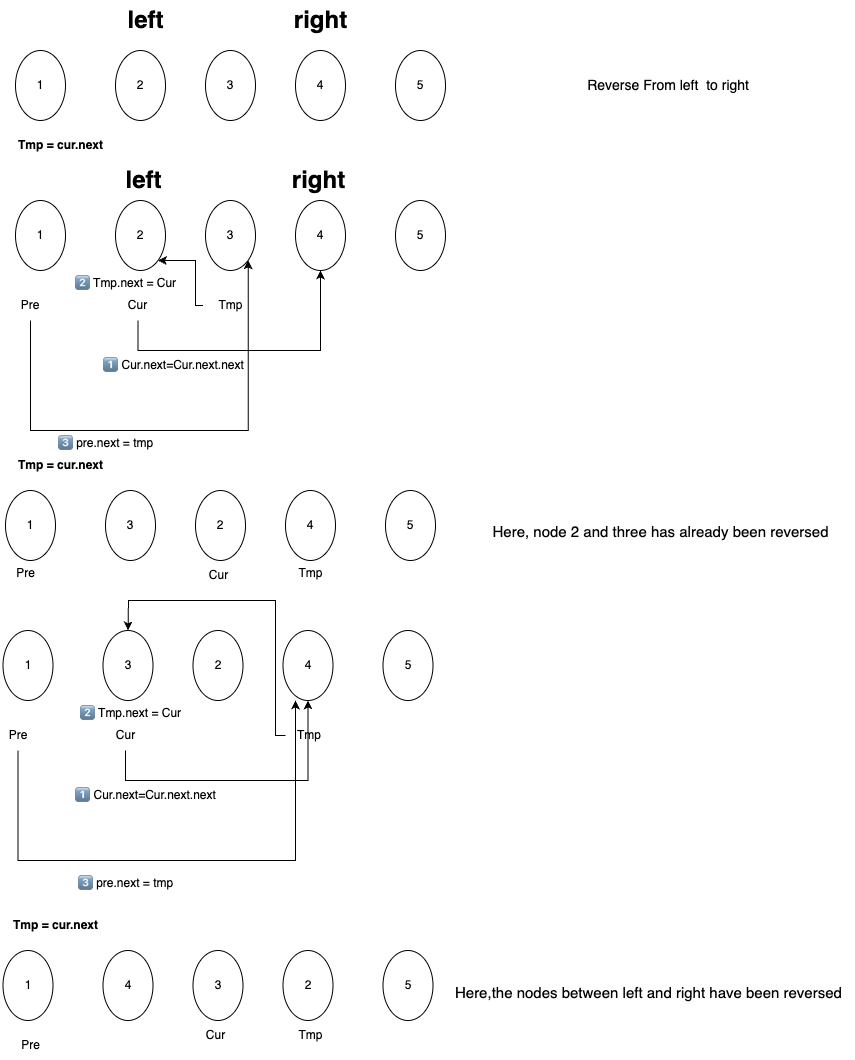
Before: Linkedlist/反转链表.drawio.png, a diagram exported from draw.io (Carolzhangzz/LeetCode_Data-Structure_and_Algorithm). Source tidied: cells renumbered, new cells last; positions are measured from the earlier drawing's top-left corner, leaving out a move shared by most shapes.
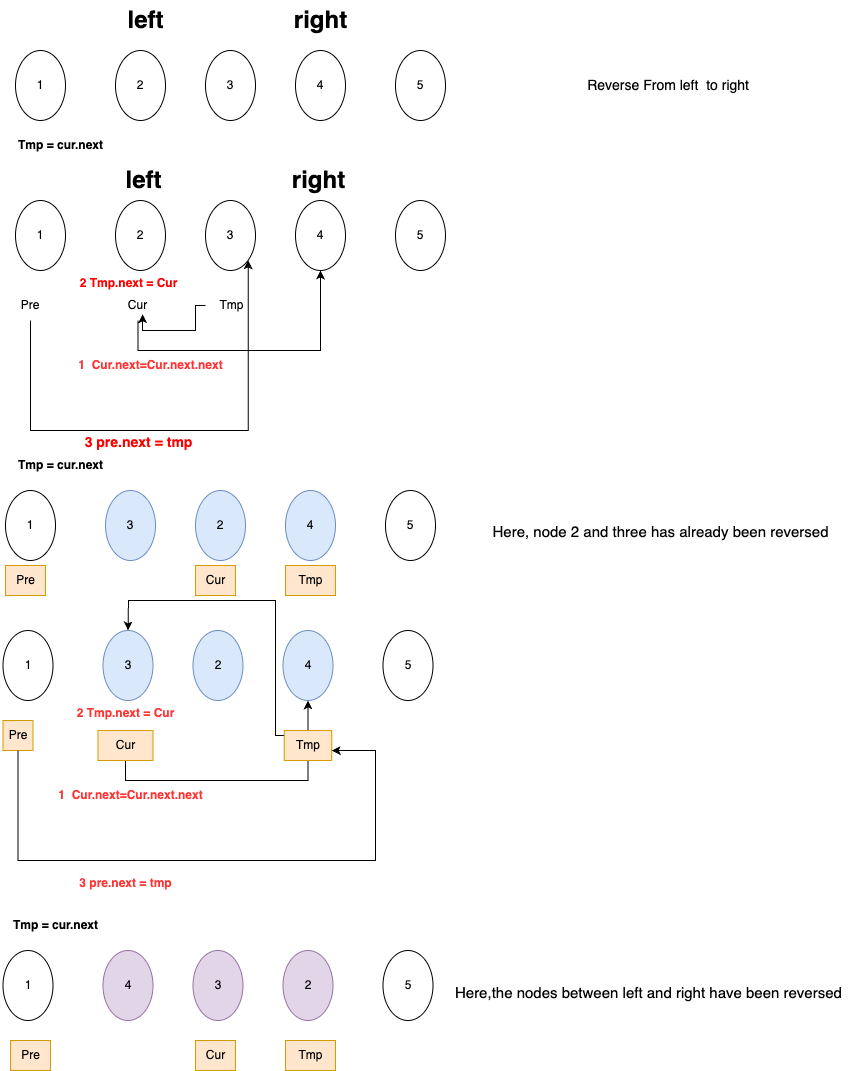
The same file after the commit.

Diff of the diagram source:
```diff
@@ -64,7 +64,7 @@
       <mxGeometry x="15" y="290" width="30" height="30" as="geometry" />
     </mxCell>
     <mxCell id="19" value="Tmp" style="text;html=1;align=center;verticalAlign=middle;whiteSpace=wrap;rounded=0;" parent="1" vertex="1">
-      <mxGeometry x="202.5" y="290" width="55" height="30" as="geometry" />
+      <mxGeometry x="205" y="290" width="52.5" height="30" as="geometry" />
     </mxCell>
     <mxCell id="20" value="left" style="text;strokeColor=none;fillColor=none;html=1;fontSize=24;fontStyle=1;verticalAlign=middle;align=center;" parent="1" vertex="1">
       <mxGeometry x="92.5" y="160" width="100" height="40" as="geometry" />
@@ -72,46 +72,47 @@
     <mxCell id="21" value="right" style="text;strokeColor=none;fillColor=none;html=1;fontSize=24;fontStyle=1;verticalAlign=middle;align=center;" parent="1" vertex="1">
       <mxGeometry x="267.5" y="160" width="100" height="40" as="geometry" />
     </mxCell>
-    <mxCell id="22" value="1️⃣ Cur.next=Cur.next.next" style="text;html=1;align=center;verticalAlign=middle;strokeColor=none;fillColor=none;" parent="1" vertex="1">
-      <mxGeometry x="92.5" y="350" width="160" height="30" as="geometry" />
+    <mxCell id="22" value="&lt;b&gt;&lt;font color=&quot;#ff3333&quot;&gt;1&amp;nbsp; Cur.next=Cur.next.next&lt;/font&gt;&lt;/b&gt;" style="text;html=1;align=center;verticalAlign=middle;strokeColor=none;fillColor=none;" parent="1" vertex="1">
+      <mxGeometry x="65" y="350" width="170" height="30" as="geometry" />
     </mxCell>
-    <mxCell id="23" style="edgeStyle=orthogonalEdgeStyle;rounded=0;jettySize=auto;html=1;" parent="1" edge="1" source="19" target="11">
+    <mxCell id="23" style="edgeStyle=orthogonalEdgeStyle;rounded=0;jettySize=auto;html=1;entryX=0.622;entryY=1.092;entryDx=0;entryDy=0;entryPerimeter=0;" parent="1" edge="1" source="19" target="24">
       <mxGeometry relative="1" as="geometry">
         <Array as="points">
           <mxPoint x="195" y="305" />
-          <mxPoint x="195" y="260" />
+          <mxPoint x="195" y="330" />
+          <mxPoint x="142" y="330" />
         </Array>
       </mxGeometry>
     </mxCell>
-    <mxCell id="24" value="2️⃣ Tmp.next = Cur&lt;div&gt;&lt;br&gt;&lt;/div&gt;" style="text;html=1;align=center;verticalAlign=middle;points=[];strokeColor=none;fillColor=none;" parent="1" vertex="1">
-      <mxGeometry x="65" y="270" width="120" height="40" as="geometry" />
+    <mxCell id="24" value="&lt;b&gt;&lt;font color=&quot;#ff0000&quot;&gt;2 Tmp.next = Cur&lt;/font&gt;&lt;/b&gt;&lt;div&gt;&lt;br&gt;&lt;/div&gt;" style="text;html=1;align=center;verticalAlign=middle;points=[];strokeColor=none;fillColor=none;" parent="1" vertex="1">
+      <mxGeometry x="67.5" y="270" width="120" height="40" as="geometry" />
     </mxCell>
-    <mxCell id="25" value="3️⃣ pre.next = tmp&lt;div&gt;&lt;br&gt;&lt;/div&gt;" style="text;html=1;align=center;verticalAlign=middle;strokeColor=none;fillColor=none;" parent="1" vertex="1">
-      <mxGeometry x="45" y="430" width="120" height="40" as="geometry" />
+    <mxCell id="25" value="&lt;b style=&quot;font-size: 14px;&quot;&gt;&lt;font style=&quot;font-size: 14px;&quot; color=&quot;#ff0000&quot;&gt;3 pre.next = tmp&lt;/font&gt;&lt;/b&gt;&lt;div style=&quot;font-size: 14px;&quot;&gt;&lt;br&gt;&lt;/div&gt;" style="text;html=1;align=center;verticalAlign=middle;strokeColor=none;fillColor=none;" parent="1" vertex="1">
+      <mxGeometry x="72.5" y="425" width="130" height="50" as="geometry" />
     </mxCell>
     <mxCell id="26" value="1" style="ellipse;whiteSpace=wrap;html=1;" parent="1" vertex="1">
       <mxGeometry x="5" y="490" width="50" height="70" as="geometry" />
     </mxCell>
-    <mxCell id="27" value="3" style="ellipse;whiteSpace=wrap;html=1;" parent="1" vertex="1">
+    <mxCell id="27" value="3" style="ellipse;whiteSpace=wrap;html=1;fillColor=#dae8fc;strokeColor=#6c8ebf;" parent="1" vertex="1">
       <mxGeometry x="105" y="490" width="50" height="70" as="geometry" />
     </mxCell>
-    <mxCell id="28" value="2" style="ellipse;whiteSpace=wrap;html=1;" parent="1" vertex="1">
+    <mxCell id="28" value="2" style="ellipse;whiteSpace=wrap;html=1;fillColor=#dae8fc;strokeColor=#6c8ebf;" parent="1" vertex="1">
       <mxGeometry x="195" y="490" width="50" height="70" as="geometry" />
     </mxCell>
-    <mxCell id="29" value="4" style="ellipse;whiteSpace=wrap;html=1;" parent="1" vertex="1">
+    <mxCell id="29" value="4" style="ellipse;whiteSpace=wrap;html=1;fillColor=#dae8fc;strokeColor=#6c8ebf;" parent="1" vertex="1">
       <mxGeometry x="285" y="490" width="50" height="70" as="geometry" />
     </mxCell>
     <mxCell id="30" value="5" style="ellipse;whiteSpace=wrap;html=1;" parent="1" vertex="1">
       <mxGeometry x="385" y="490" width="50" height="70" as="geometry" />
     </mxCell>
-    <mxCell id="31" value="Pre" style="text;html=1;align=center;verticalAlign=middle;strokeColor=none;fillColor=none;" parent="1" vertex="1">
-      <mxGeometry x="5" y="558" width="40" height="30" as="geometry" />
+    <mxCell id="31" value="Pre" style="text;html=1;align=center;verticalAlign=middle;strokeColor=#d79b00;fillColor=#ffe6cc;" parent="1" vertex="1">
+      <mxGeometry x="5" y="565" width="40" height="30" as="geometry" />
     </mxCell>
-    <mxCell id="32" value="Tmp" style="text;html=1;align=center;verticalAlign=middle;strokeColor=none;fillColor=none;" parent="1" vertex="1">
-      <mxGeometry x="285" y="558" width="50" height="30" as="geometry" />
+    <mxCell id="32" value="Tmp" style="text;html=1;align=center;verticalAlign=middle;strokeColor=#d79b00;fillColor=#ffe6cc;" parent="1" vertex="1">
+      <mxGeometry x="285" y="565" width="50" height="30" as="geometry" />
     </mxCell>
-    <mxCell id="33" value="Cur" style="text;html=1;align=center;verticalAlign=middle;strokeColor=none;fillColor=none;" parent="1" vertex="1">
-      <mxGeometry x="197.5" y="560" width="40" height="30" as="geometry" />
+    <mxCell id="33" value="Cur" style="text;html=1;align=center;verticalAlign=middle;strokeColor=#d79b00;fillColor=#ffe6cc;" parent="1" vertex="1">
+      <mxGeometry x="195" y="565" width="40" height="30" as="geometry" />
     </mxCell>
     <mxCell id="34" value="&lt;b&gt;Tmp = cur.next&lt;/b&gt;" style="text;html=1;align=center;verticalAlign=middle;strokeColor=none;fillColor=none;" parent="1" vertex="1">
       <mxGeometry x="5" y="130" width="110" height="30" as="geometry" />
@@ -125,13 +126,13 @@
     <mxCell id="37" value="1" style="ellipse;whiteSpace=wrap;html=1;" parent="1" vertex="1">
       <mxGeometry x="2.5" y="630" width="50" height="70" as="geometry" />
     </mxCell>
-    <mxCell id="38" value="3" style="ellipse;whiteSpace=wrap;html=1;" parent="1" vertex="1">
+    <mxCell id="38" value="3" style="ellipse;whiteSpace=wrap;html=1;fillColor=#dae8fc;strokeColor=#6c8ebf;" parent="1" vertex="1">
       <mxGeometry x="102.5" y="630" width="50" height="70" as="geometry" />
     </mxCell>
-    <mxCell id="39" value="2" style="ellipse;whiteSpace=wrap;html=1;" parent="1" vertex="1">
+    <mxCell id="39" value="2" style="ellipse;whiteSpace=wrap;html=1;fillColor=#dae8fc;strokeColor=#6c8ebf;" parent="1" vertex="1">
       <mxGeometry x="192.5" y="630" width="50" height="70" as="geometry" />
     </mxCell>
-    <mxCell id="40" value="4" style="ellipse;whiteSpace=wrap;html=1;" parent="1" vertex="1">
+    <mxCell id="40" value="4" style="ellipse;whiteSpace=wrap;html=1;fillColor=#dae8fc;strokeColor=#6c8ebf;" parent="1" vertex="1">
       <mxGeometry x="282.5" y="630" width="50" height="70" as="geometry" />
     </mxCell>
     <mxCell id="41" value="5" style="ellipse;whiteSpace=wrap;html=1;" parent="1" vertex="1">
@@ -145,10 +146,10 @@
         </Array>
       </mxGeometry>
     </mxCell>
-    <mxCell id="43" value="Cur" style="text;html=1;align=center;verticalAlign=middle;whiteSpace=wrap;rounded=0;" parent="1" vertex="1">
-      <mxGeometry x="97.5" y="720" width="55" height="30" as="geometry" />
+    <mxCell id="43" value="Cur" style="text;html=1;align=center;verticalAlign=middle;whiteSpace=wrap;rounded=0;fillColor=#ffe6cc;strokeColor=#d79b00;" parent="1" vertex="1">
+      <mxGeometry x="97.5" y="730" width="55" height="30" as="geometry" />
     </mxCell>
-    <mxCell id="44" value="Pre" style="text;html=1;align=center;verticalAlign=middle;whiteSpace=wrap;rounded=0;" parent="1" vertex="1">
+    <mxCell id="44" value="Pre" style="text;html=1;align=center;verticalAlign=middle;whiteSpace=wrap;rounded=0;fillColor=#ffe6cc;strokeColor=#d79b00;" parent="1" vertex="1">
       <mxGeometry x="2.5" y="720" width="30" height="30" as="geometry" />
     </mxCell>
     <mxCell id="45" style="edgeStyle=orthogonalEdgeStyle;rounded=0;jettySize=auto;html=1;" parent="1" edge="1" source="46" target="38">
@@ -160,49 +161,50 @@
         </Array>
       </mxGeometry>
     </mxCell>
-    <mxCell id="46" value="Tmp" style="text;html=1;align=center;verticalAlign=middle;whiteSpace=wrap;rounded=0;" parent="1" vertex="1">
-      <mxGeometry x="285" y="720" width="47.5" height="30" as="geometry" />
+    <mxCell id="46" value="Tmp" style="text;html=1;align=center;verticalAlign=middle;whiteSpace=wrap;rounded=0;fillColor=#ffe6cc;strokeColor=#d79b00;" parent="1" vertex="1">
+      <mxGeometry x="283.8" y="730" width="47.5" height="30" as="geometry" />
     </mxCell>
-    <mxCell id="47" value="1️⃣ Cur.next=Cur.next.next" style="text;html=1;align=center;verticalAlign=middle;strokeColor=none;fillColor=none;" parent="1" vertex="1">
-      <mxGeometry x="65" y="780" width="160" height="30" as="geometry" />
+    <mxCell id="47" value="&lt;b&gt;&lt;font color=&quot;#ff3333&quot;&gt;1&amp;nbsp; Cur.next=Cur.next.next&lt;/font&gt;&lt;/b&gt;" style="text;html=1;align=center;verticalAlign=middle;strokeColor=none;fillColor=none;" parent="1" vertex="1">
+      <mxGeometry x="45" y="780" width="170" height="30" as="geometry" />
     </mxCell>
-    <mxCell id="48" value="2️⃣ Tmp.next = Cur&lt;div&gt;&lt;br&gt;&lt;/div&gt;" style="text;html=1;align=center;verticalAlign=middle;strokeColor=none;fillColor=none;" parent="1" vertex="1">
-      <mxGeometry x="70" y="700" width="120" height="40" as="geometry" />
+    <mxCell id="48" value="&lt;b&gt;&lt;font color=&quot;#ff3333&quot;&gt;2 Tmp.next = Cur&lt;/font&gt;&lt;/b&gt;&lt;div&gt;&lt;br&gt;&lt;/div&gt;" style="text;html=1;align=center;verticalAlign=middle;strokeColor=none;fillColor=none;" parent="1" vertex="1">
+      <mxGeometry x="65" y="700" width="120" height="40" as="geometry" />
     </mxCell>
-    <mxCell id="49" value="3️⃣ pre.next = tmp&lt;div&gt;&lt;br&gt;&lt;/div&gt;" style="text;html=1;align=center;verticalAlign=middle;strokeColor=none;fillColor=none;" parent="1" vertex="1">
+    <mxCell id="49" value="&lt;font color=&quot;#ff3333&quot;&gt;&lt;b&gt;3 pre.next = tmp&lt;/b&gt;&lt;/font&gt;&lt;div&gt;&lt;br&gt;&lt;/div&gt;" style="text;html=1;align=center;verticalAlign=middle;strokeColor=none;fillColor=none;" parent="1" vertex="1">
       <mxGeometry x="65" y="870" width="120" height="40" as="geometry" />
     </mxCell>
-    <mxCell id="50" style="edgeStyle=orthogonalEdgeStyle;rounded=0;jettySize=auto;html=1;entryX=0.25;entryY=1;entryDx=0;entryDy=0;entryPerimeter=0;" parent="1" edge="1" source="44" target="40">
+    <mxCell id="50" style="edgeStyle=orthogonalEdgeStyle;rounded=0;jettySize=auto;html=1;" parent="1" edge="1" source="44" target="46">
       <mxGeometry relative="1" as="geometry">
         <Array as="points">
           <mxPoint x="18" y="860" />
-          <mxPoint x="295" y="860" />
+          <mxPoint x="375" y="860" />
+          <mxPoint x="375" y="750" />
         </Array>
       </mxGeometry>
     </mxCell>
     <mxCell id="51" value="1" style="ellipse;whiteSpace=wrap;html=1;" parent="1" vertex="1">
       <mxGeometry x="2.5" y="950" width="50" height="70" as="geometry" />
     </mxCell>
-    <mxCell id="52" value="4" style="ellipse;whiteSpace=wrap;html=1;" parent="1" vertex="1">
+    <mxCell id="52" value="4" style="ellipse;whiteSpace=wrap;html=1;fillColor=#e1d5e7;strokeColor=#9673a6;" parent="1" vertex="1">
       <mxGeometry x="102.5" y="950" width="50" height="70" as="geometry" />
     </mxCell>
-    <mxCell id="53" value="3" style="ellipse;whiteSpace=wrap;html=1;" parent="1" vertex="1">
+    <mxCell id="53" value="3" style="ellipse;whiteSpace=wrap;html=1;fillColor=#e1d5e7;strokeColor=#9673a6;" parent="1" vertex="1">
       <mxGeometry x="192.5" y="950" width="50" height="70" as="geometry" />
     </mxCell>
-    <mxCell id="54" value="2" style="ellipse;whiteSpace=wrap;html=1;" parent="1" vertex="1">
+    <mxCell id="54" value="2" style="ellipse;whiteSpace=wrap;html=1;fillColor=#e1d5e7;strokeColor=#9673a6;" parent="1" vertex="1">
       <mxGeometry x="282.5" y="950" width="50" height="70" as="geometry" />
     </mxCell>
     <mxCell id="55" value="5" style="ellipse;whiteSpace=wrap;html=1;" parent="1" vertex="1">
       <mxGeometry x="382.5" y="950" width="50" height="70" as="geometry" />
     </mxCell>
-    <mxCell id="56" value="Pre" style="text;html=1;align=center;verticalAlign=middle;strokeColor=none;fillColor=none;" parent="1" vertex="1">
-      <mxGeometry x="10" y="1030" width="40" height="30" as="geometry" />
+    <mxCell id="56" value="Pre" style="text;html=1;align=center;verticalAlign=middle;strokeColor=#d79b00;fillColor=#ffe6cc;" parent="1" vertex="1">
+      <mxGeometry x="10" y="1040" width="40" height="30" as="geometry" />
     </mxCell>
-    <mxCell id="57" value="Tmp" style="text;html=1;align=center;verticalAlign=middle;strokeColor=none;fillColor=none;" parent="1" vertex="1">
-      <mxGeometry x="285" y="1020" width="50" height="30" as="geometry" />
+    <mxCell id="57" value="Tmp" style="text;html=1;align=center;verticalAlign=middle;strokeColor=#d79b00;fillColor=#ffe6cc;" parent="1" vertex="1">
+      <mxGeometry x="285" y="1040" width="50" height="30" as="geometry" />
     </mxCell>
-    <mxCell id="58" value="Cur" style="text;html=1;align=center;verticalAlign=middle;strokeColor=none;fillColor=none;" parent="1" vertex="1">
-      <mxGeometry x="195" y="1020" width="40" height="30" as="geometry" />
+    <mxCell id="58" value="Cur" style="text;html=1;align=center;verticalAlign=middle;strokeColor=#d79b00;fillColor=#ffe6cc;" parent="1" vertex="1">
+      <mxGeometry x="195" y="1040" width="40" height="30" as="geometry" />
     </mxCell>
     <mxCell id="59" value="&lt;b&gt;Tmp = cur.next&lt;/b&gt;" style="text;html=1;align=center;verticalAlign=middle;strokeColor=none;fillColor=none;" parent="1" vertex="1">
       <mxGeometry y="910" width="110" height="30" as="geometry" />
```
